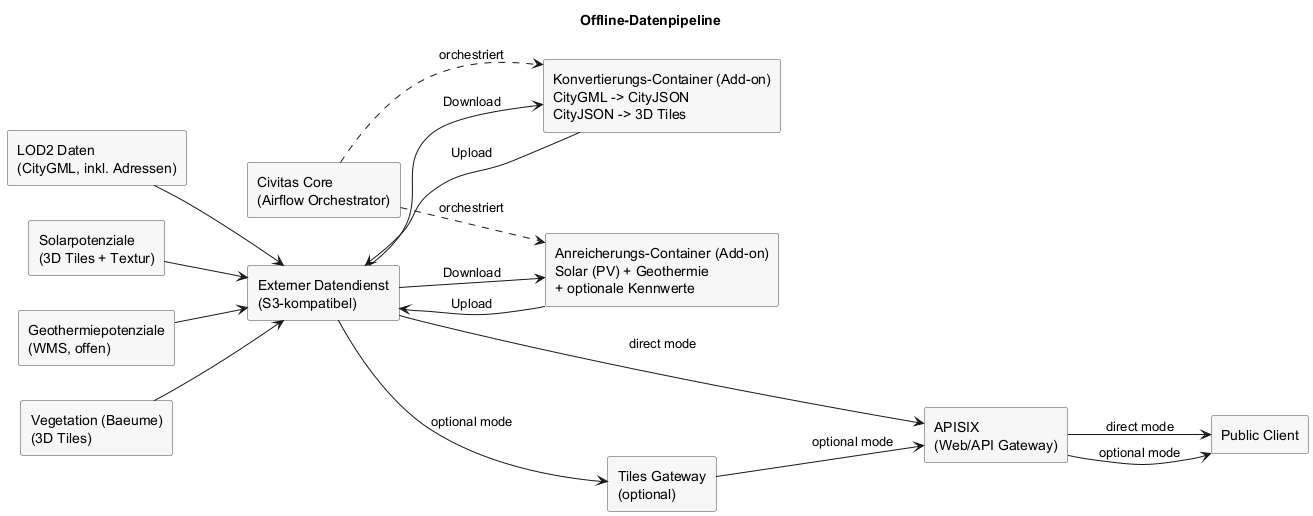
Earlier version of the PlantUML export docs/architecture/attachments/offline-data-pipeline.png (csi-FOXBYTE/Regensburg_DigitalerEnergieZwilling_Backend).
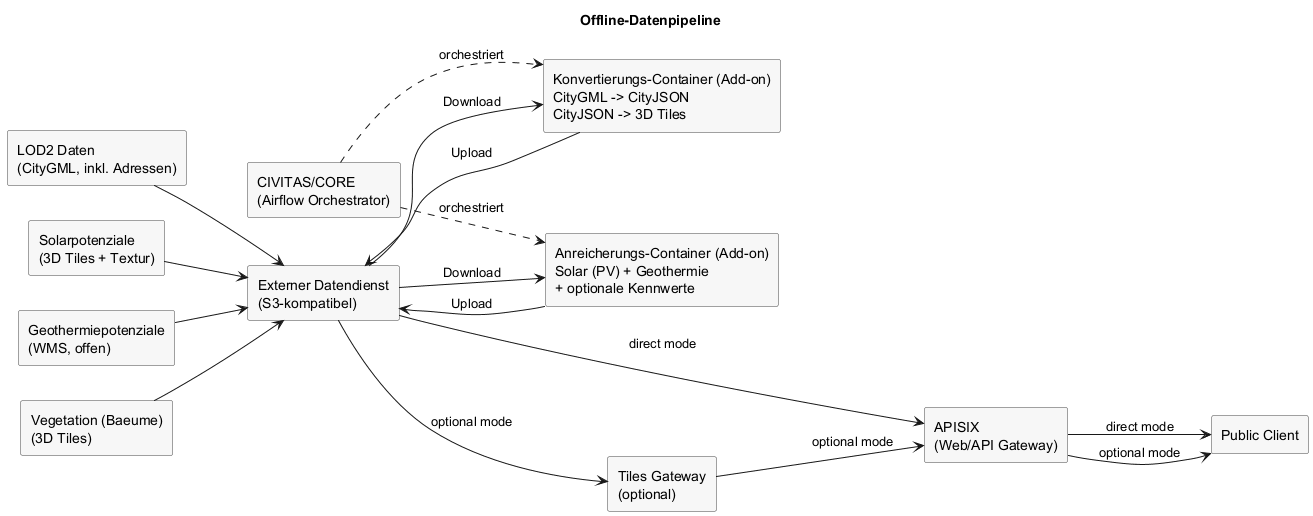
After the change.

The edit, as a diff of the source:
```diff
@@ -13,7 +13,7 @@
 rectangle "Vegetation (Baeume)\n(3D Tiles)" as trees
 
 rectangle "Externer Datendienst\n(S3-kompatibel)" as s3
-rectangle "Civitas Core\n(Airflow Orchestrator)" as airflow
+rectangle "CIVITAS/CORE\n(Airflow Orchestrator)" as airflow
 rectangle "Konvertierungs-Container (Add-on)\nCityGML -> CityJSON\nCityJSON -> 3D Tiles" as convert
 rectangle "Anreicherungs-Container (Add-on)\nSolar (PV) + Geothermie\n+ optionale Kennwerte" as enrich
 
```
